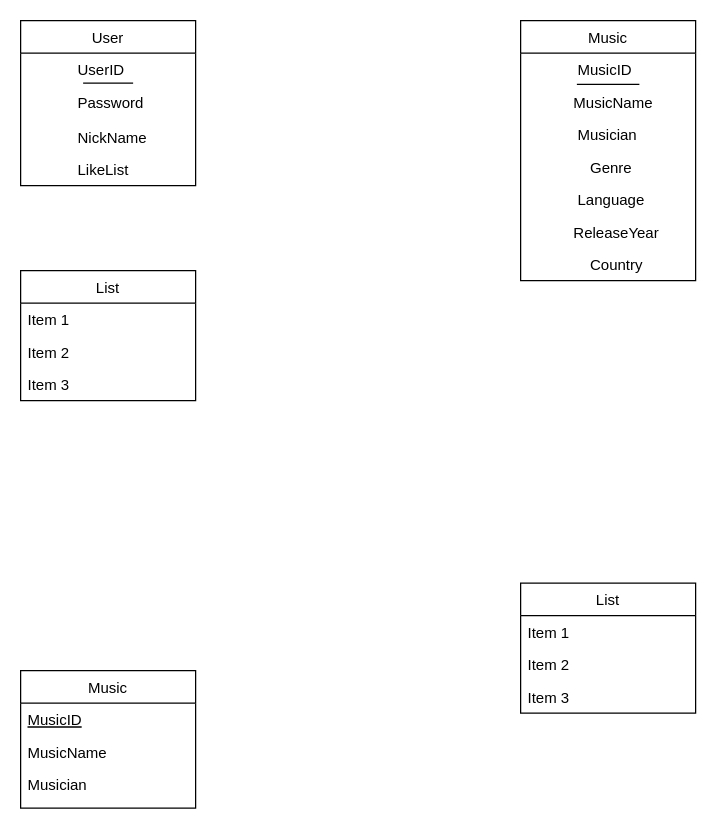
This is Stage2.drawio from neo99zhang/CS411-Project-Tornado-Music, a draw.io file, before an edit. Source tidied: cells renumbered, new cells numbered last; positions are measured from the earlier drawing's top-left corner, leaving out a move shared by most shapes. Both pictures are drawn from the tidied source at 125%, with x=0, y=0 at pixel (20, 20).
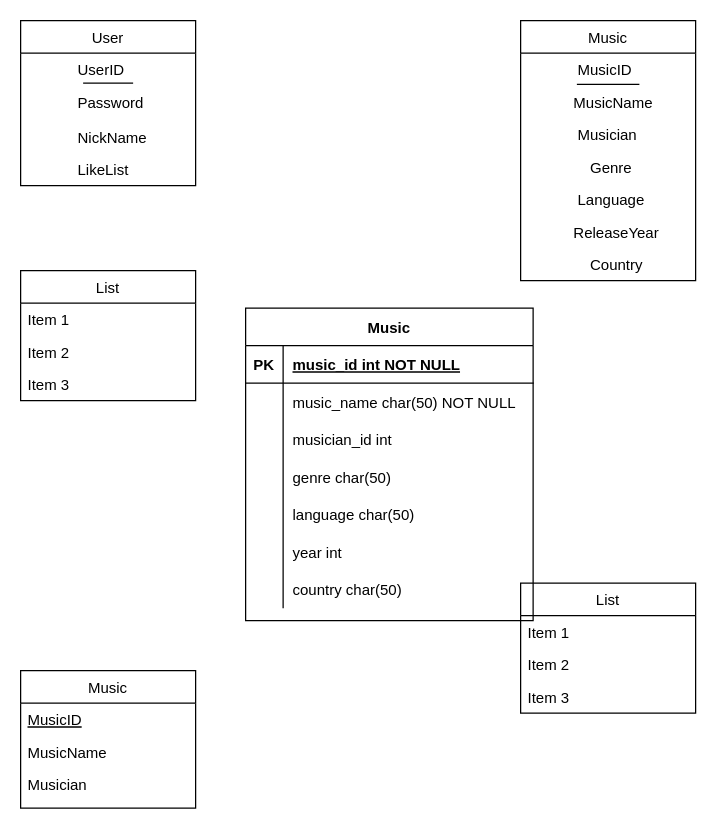
After the change.

The edit, as a diff of the source:
```diff
@@
+    <mxCell id="29" value="Music" style="shape=table;startSize=30;childLayout=tableLayout;rowLines=0;fontStyle=1;align=center;" parent="1" vertex="1">
+      <mxGeometry x="180" y="230" width="230" height="250" as="geometry" />
+    </mxCell>
+    <mxCell id="30" style="shape=partialRectangle;fillColor=none;top=0;left=0;right=0;bottom=1;" parent="29" vertex="1">
+      <mxGeometry y="30" width="230" height="30" as="geometry" />
+    </mxCell>
+    <mxCell id="31" value="PK" style="shape=partialRectangle;overflow=hidden;fillColor=none;top=0;left=0;bottom=0;right=0;fontStyle=1;" parent="30" vertex="1">
+      <mxGeometry width="30" height="30" as="geometry" />
+    </mxCell>
+    <mxCell id="32" value="music_id int NOT NULL " style="shape=partialRectangle;overflow=hidden;fillColor=none;top=0;left=0;bottom=0;right=0;align=left;spacingLeft=6;fontStyle=5;" parent="30" vertex="1">
+      <mxGeometry x="30" width="200" height="30" as="geometry" />
+    </mxCell>
+    <mxCell id="33" style="shape=partialRectangle;fillColor=none;top=0;left=0;right=0;bottom=0;" parent="29" vertex="1">
+      <mxGeometry y="60" width="230" height="30" as="geometry" />
+    </mxCell>
+    <mxCell id="34" style="shape=partialRectangle;overflow=hidden;fillColor=none;top=0;left=0;bottom=0;right=0;" parent="33" vertex="1">
+      <mxGeometry width="30" height="30" as="geometry" />
+    </mxCell>
+    <mxCell id="35" value="music_name char(50) NOT NULL" style="shape=partialRectangle;overflow=hidden;fillColor=none;top=0;left=0;bottom=0;right=0;align=left;spacingLeft=6;" parent="33" vertex="1">
+      <mxGeometry x="30" width="200" height="30" as="geometry" />
+    </mxCell>
+    <mxCell id="36" style="shape=partialRectangle;fillColor=none;top=0;left=0;right=0;bottom=0;" parent="29" vertex="1">
+      <mxGeometry y="90" width="230" height="30" as="geometry" />
+    </mxCell>
+    <mxCell id="37" style="shape=partialRectangle;overflow=hidden;fillColor=none;top=0;left=0;bottom=0;right=0;" parent="36" vertex="1">
+      <mxGeometry width="30" height="30" as="geometry" />
+    </mxCell>
+    <mxCell id="38" value="musician_id int" style="shape=partialRectangle;overflow=hidden;fillColor=none;top=0;left=0;bottom=0;right=0;align=left;spacingLeft=6;" parent="36" vertex="1">
+      <mxGeometry x="30" width="200" height="30" as="geometry" />
+    </mxCell>
+    <mxCell id="39" style="shape=partialRectangle;fillColor=none;top=0;left=0;right=0;bottom=0;" parent="29" vertex="1">
+      <mxGeometry y="120" width="230" height="30" as="geometry" />
+    </mxCell>
+    <mxCell id="40" style="shape=partialRectangle;overflow=hidden;fillColor=none;top=0;left=0;bottom=0;right=0;" parent="39" vertex="1">
+      <mxGeometry width="30" height="30" as="geometry" />
+    </mxCell>
+    <mxCell id="41" value="genre char(50)" style="shape=partialRectangle;overflow=hidden;fillColor=none;top=0;left=0;bottom=0;right=0;align=left;spacingLeft=6;" parent="39" vertex="1">
+      <mxGeometry x="30" width="200" height="30" as="geometry" />
+    </mxCell>
+    <mxCell id="42" style="shape=partialRectangle;fillColor=none;top=0;left=0;right=0;bottom=0;" parent="29" vertex="1">
+      <mxGeometry y="150" width="230" height="30" as="geometry" />
+    </mxCell>
+    <mxCell id="43" style="shape=partialRectangle;overflow=hidden;fillColor=none;top=0;left=0;bottom=0;right=0;" parent="42" vertex="1">
+      <mxGeometry width="30" height="30" as="geometry" />
+    </mxCell>
+    <mxCell id="44" value="language char(50)" style="shape=partialRectangle;overflow=hidden;fillColor=none;top=0;left=0;bottom=0;right=0;align=left;spacingLeft=6;" parent="42" vertex="1">
+      <mxGeometry x="30" width="200" height="30" as="geometry" />
+    </mxCell>
+    <mxCell id="45" style="shape=partialRectangle;fillColor=none;top=0;left=0;right=0;bottom=0;" parent="29" vertex="1">
+      <mxGeometry y="180" width="230" height="30" as="geometry" />
+    </mxCell>
+    <mxCell id="46" style="shape=partialRectangle;overflow=hidden;fillColor=none;top=0;left=0;bottom=0;right=0;" parent="45" vertex="1">
+      <mxGeometry width="30" height="30" as="geometry" />
+    </mxCell>
+    <mxCell id="47" value="year int" style="shape=partialRectangle;overflow=hidden;fillColor=none;top=0;left=0;bottom=0;right=0;align=left;spacingLeft=6;" parent="45" vertex="1">
+      <mxGeometry x="30" width="200" height="30" as="geometry" />
+    </mxCell>
+    <mxCell id="48" style="shape=partialRectangle;fillColor=none;top=0;left=0;right=0;bottom=0;" parent="29" vertex="1">
+      <mxGeometry y="210" width="230" height="30" as="geometry" />
+    </mxCell>
+    <mxCell id="49" style="shape=partialRectangle;overflow=hidden;fillColor=none;top=0;left=0;bottom=0;right=0;" parent="48" vertex="1">
+      <mxGeometry width="30" height="30" as="geometry" />
+    </mxCell>
+    <mxCell id="50" value="country  char(50)" style="shape=partialRectangle;overflow=hidden;fillColor=none;top=0;left=0;bottom=0;right=0;align=left;spacingLeft=6;" parent="48" vertex="1">
+      <mxGeometry x="30" width="200" height="30" as="geometry" />
+    </mxCell>
```
